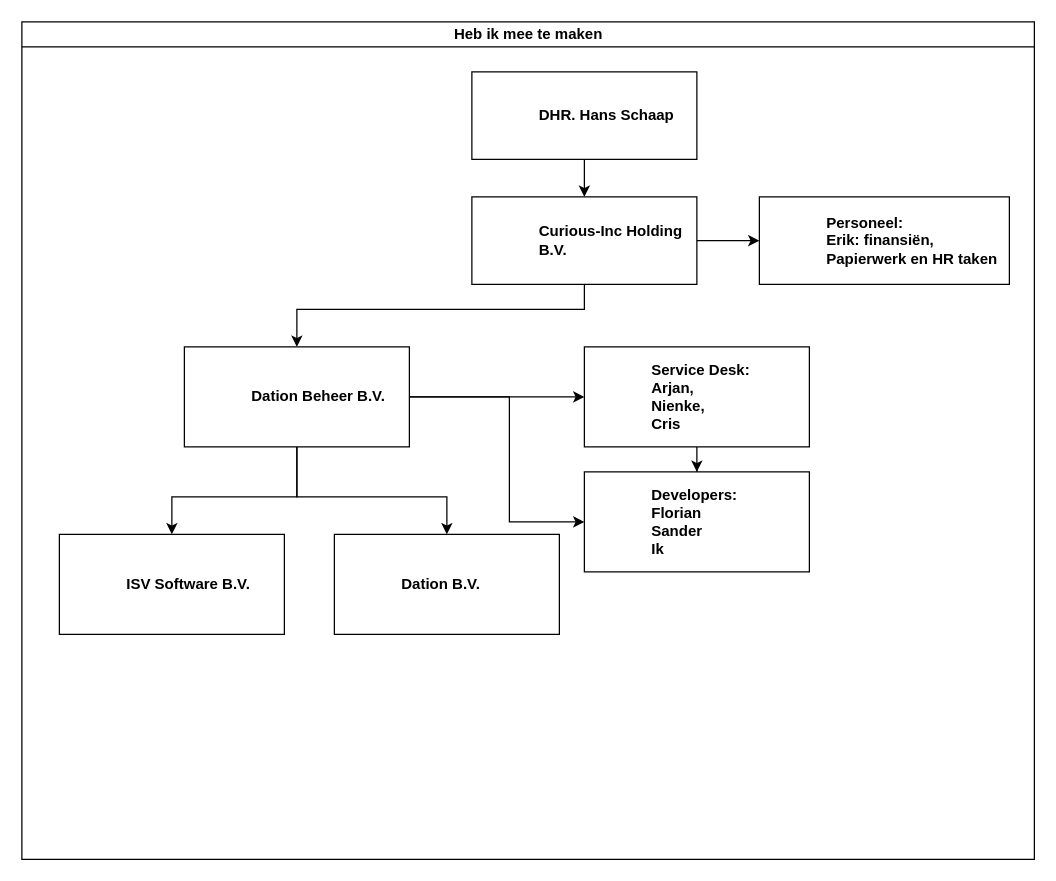
Before: bpv-verslag/Diagram zonder titel.drawio in gamerdk/gamerdk.github.io, a draw.io diagram. Source tidied: cells renumbered, new cells numbered last; positions are measured from the earlier drawing's top-left corner, leaving out a move shared by most shapes. Both pictures are drawn from the tidied source at 125%, with x=0, y=0 at pixel (21, 21).
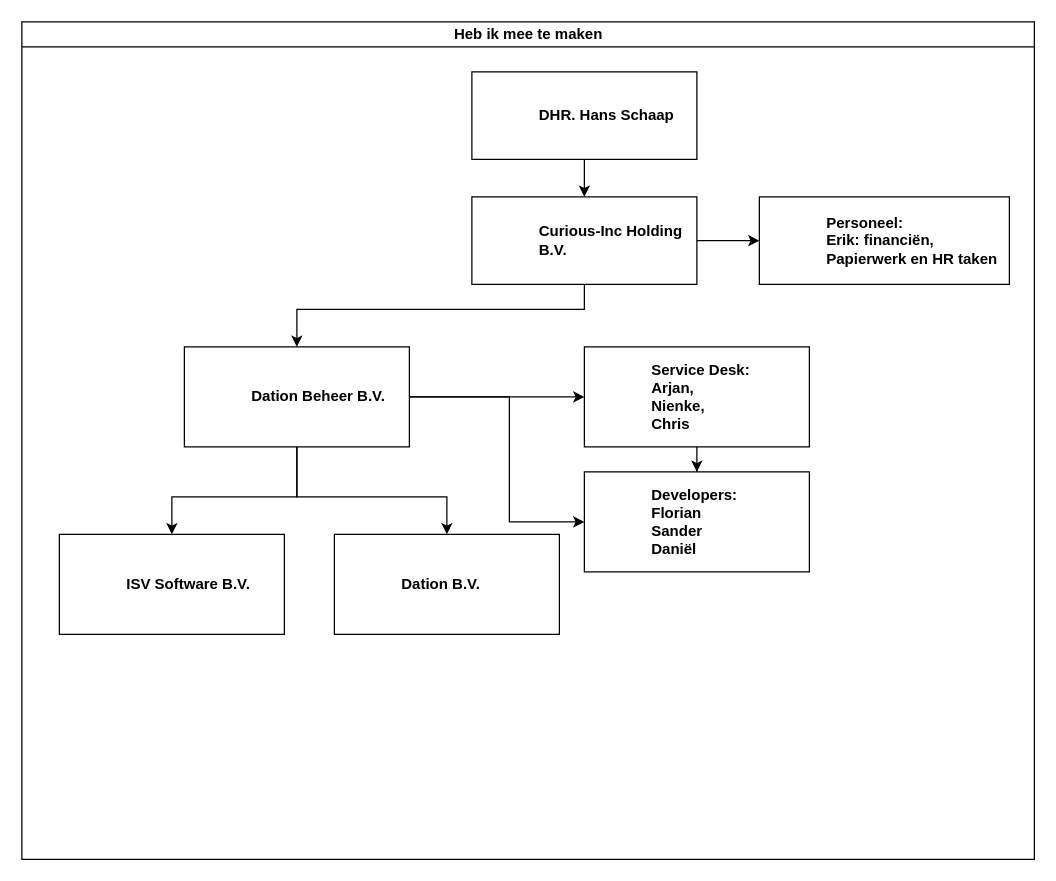
Above is the later version.

The change refers to these unchanged cells:
```xml
<mxCell id="2" value="Heb ik mee te maken" style="swimlane;html=1;startSize=20;horizontal=1;containerType=tree;glass=0;rotation=0;" parent="1" vertex="1">
  <mxGeometry width="810" height="670" as="geometry" />
</mxCell>
```

The edit, as a diff of the source:
```diff
@@
-    <mxCell id="15" value="Personeel:&lt;br&gt;Erik: finansiën, Papierwerk en HR taken" style="label;128.png;whiteSpace=wrap;html=1;rounded=0;glass=0;rotation=0;" parent="2" vertex="1">
+    <mxCell id="15" value="Personeel:&lt;br&gt;Erik: financiën, Papierwerk en HR taken" style="label;128.png;whiteSpace=wrap;html=1;rounded=0;glass=0;rotation=0;" parent="2" vertex="1">
       <mxGeometry x="590" y="140" width="200" height="70" as="geometry" />
     </mxCell>
@@
-    <mxCell id="17" value="Service Desk:&lt;br&gt;Arjan,&lt;br&gt;Nienke,&lt;br&gt;Cris" style="label;128.png;whiteSpace=wrap;html=1;rounded=0;glass=0;rotation=0;" parent="2" vertex="1">
+    <mxCell id="17" value="Service Desk:&lt;br&gt;Arjan,&lt;br&gt;Nienke,&lt;br&gt;Chris" style="label;128.png;whiteSpace=wrap;html=1;rounded=0;glass=0;rotation=0;" parent="2" vertex="1">
       <mxGeometry x="450" y="260" width="180" height="80" as="geometry" />
     </mxCell>
-    <mxCell id="18" value="Developers:&lt;br&gt;Florian&lt;br&gt;Sander&lt;br&gt;Ik" style="label;128.png;whiteSpace=wrap;html=1;rounded=0;glass=0;rotation=0;" parent="2" vertex="1">
+    <mxCell id="18" value="Developers:&lt;br&gt;Florian&lt;br&gt;Sander&lt;br&gt;Daniël" style="label;128.png;whiteSpace=wrap;html=1;rounded=0;glass=0;rotation=0;" parent="2" vertex="1">
       <mxGeometry x="450" y="360" width="180" height="80" as="geometry" />
     </mxCell>
```
